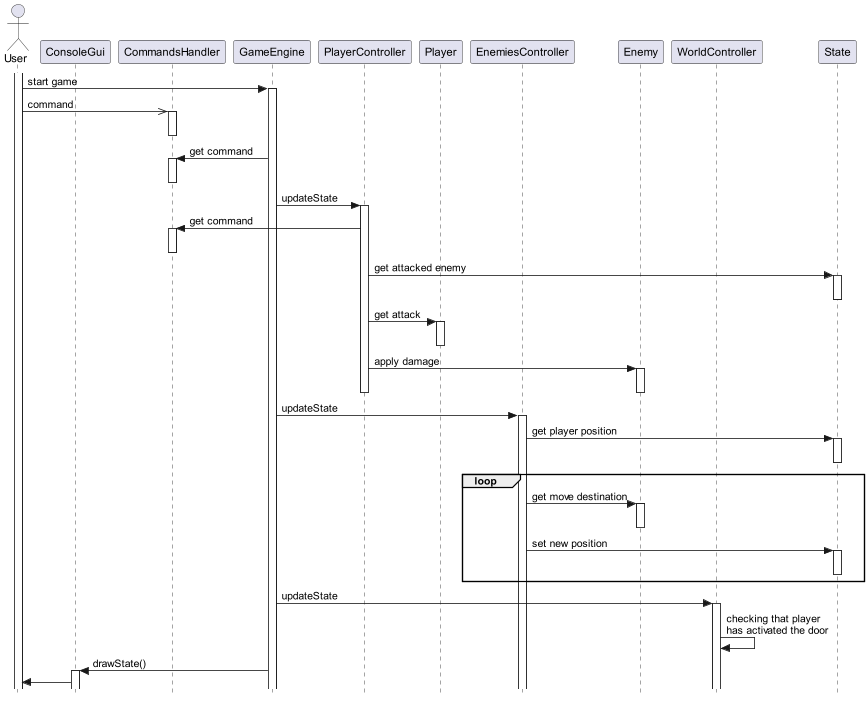
capitanFlint129/Rougelike keeps this PlantUML diagram as docs/sequence.png. Above is the earlier version.
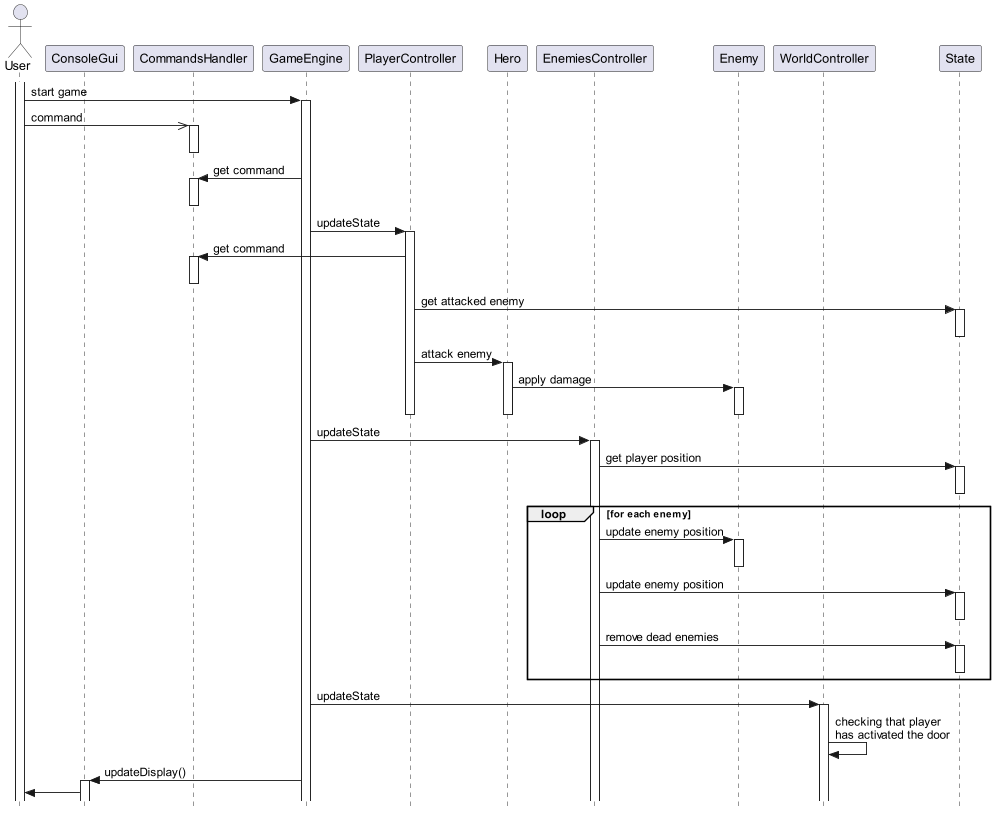
After the change.

The edit, as a diff of the source:
```diff
@@ -7,7 +7,7 @@
 participant CommandsHandler
 participant GameEngine
 participant PlayerController
-participant Player
+participant Hero
 participant EnemiesController
 participant Enemy
 participant WorldController
@@ -33,11 +33,11 @@
 PlayerController -> State : get attacked enemy
 activate State
 deactivate State
-PlayerController -> Player : get attack
-activate Player
-deactivate Player
-PlayerController -> Enemy : apply damage
+PlayerController -> Hero : attack enemy
+activate Hero
+Hero -> Enemy : apply damage
 activate Enemy
+deactivate Hero
 deactivate Enemy
 deactivate PlayerController
 
@@ -46,11 +46,14 @@
 EnemiesController -> State : get player position
 activate State
 deactivate State
-loop
-EnemiesController -> Enemy : get move destination
+loop for each enemy
+EnemiesController -> Enemy : update enemy position
 activate Enemy
 deactivate Enemy
-EnemiesController -> State : set new position
+EnemiesController -> State : update enemy position
+activate State
+deactivate State
+EnemiesController -> State : remove dead enemies
 activate State
 deactivate State
 end
@@ -59,7 +62,7 @@
 activate WorldController
 WorldController -> WorldController : checking that player\nhas activated the door
 
-GameEngine -> ConsoleGui : drawState()
+GameEngine -> ConsoleGui : updateDisplay()
 activate ConsoleGui
 ConsoleGui -> User
 
```
